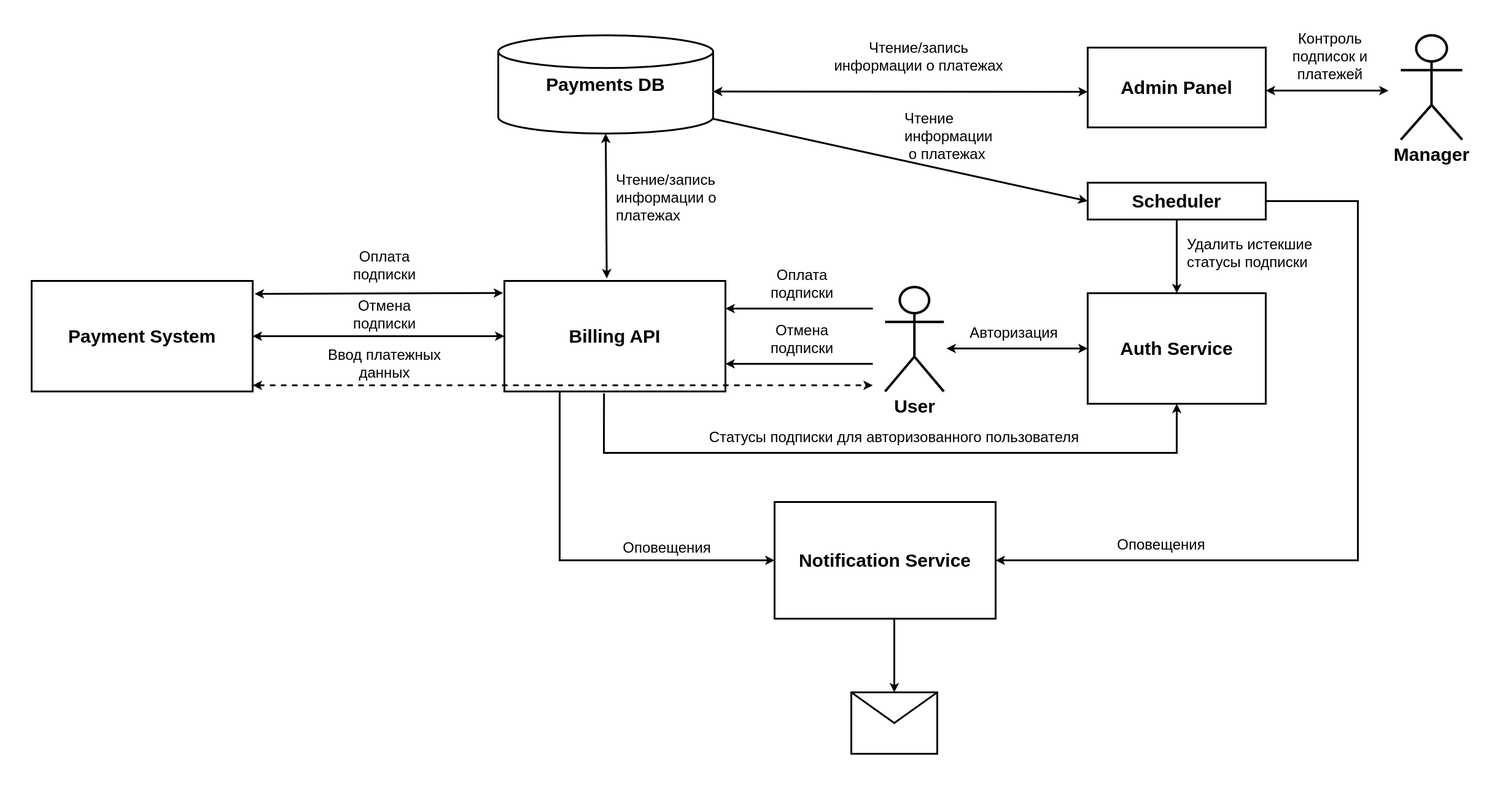
Above: documentation/Project_Context_Schema.png in aigt/graduate_work (draw.io), before the change. Source tidied: cells renumbered, new cells last; positions are measured from the earlier drawing's top-left corner, leaving out a move shared by most shapes.
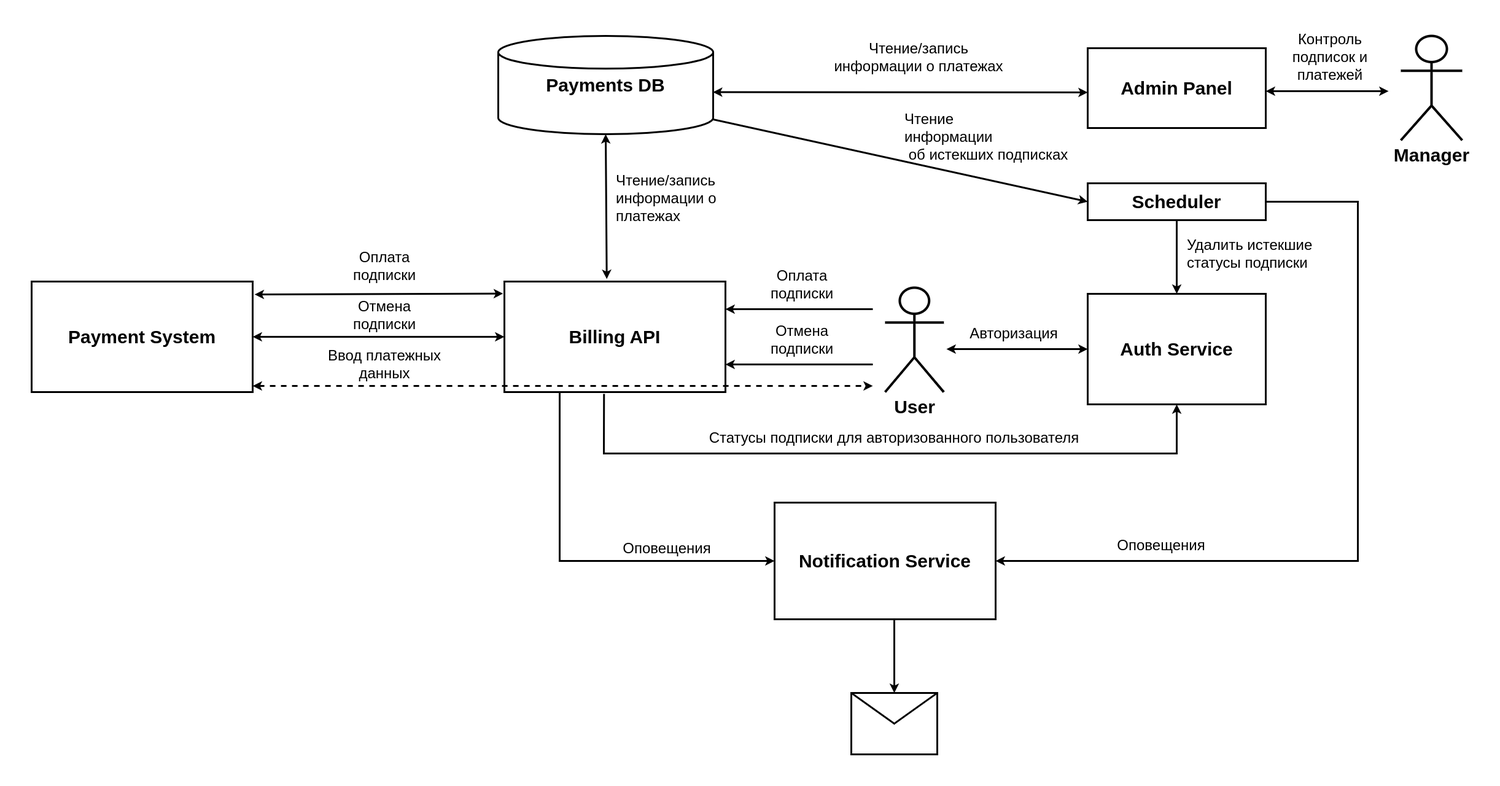
After the change.

Commit message:
Устранение замечаний

Change to the diagram source:
```diff
@@ -106,7 +106,7 @@
     <mxCell id="30" style="endArrow=classic;html=1;rounded=0;fontSize=24;exitX=1;exitY=0.85;exitDx=0;exitDy=0;exitPerimeter=0;entryX=0;entryY=0.5;entryDx=0;entryDy=0;strokeWidth=3;" parent="1" edge="1" source="20" target="17">
       <mxGeometry relative="1" as="geometry" />
     </mxCell>
-    <mxCell id="31" value="Чтение&lt;br&gt;информации&lt;br&gt;&amp;nbsp;о платежах" style="text;html=1;strokeColor=none;fillColor=none;align=left;verticalAlign=middle;whiteSpace=wrap;rounded=0;fontSize=24;" parent="1" vertex="1">
+    <mxCell id="31" value="Чтение&lt;br&gt;информации&lt;br&gt;&amp;nbsp;об истекших подписках" style="text;html=1;strokeColor=none;fillColor=none;align=left;verticalAlign=middle;whiteSpace=wrap;rounded=0;fontSize=24;" parent="1" vertex="1">
       <mxGeometry x="1420" y="150" width="370" height="30" as="geometry" />
     </mxCell>
     <mxCell id="32" style="endArrow=classic;html=1;rounded=0;fontSize=24;exitX=0.451;exitY=1.017;exitDx=0;exitDy=0;exitPerimeter=0;entryX=0.5;entryY=1;entryDx=0;entryDy=0;strokeWidth=3;" parent="1" edge="1" source="2" target="4">
```
